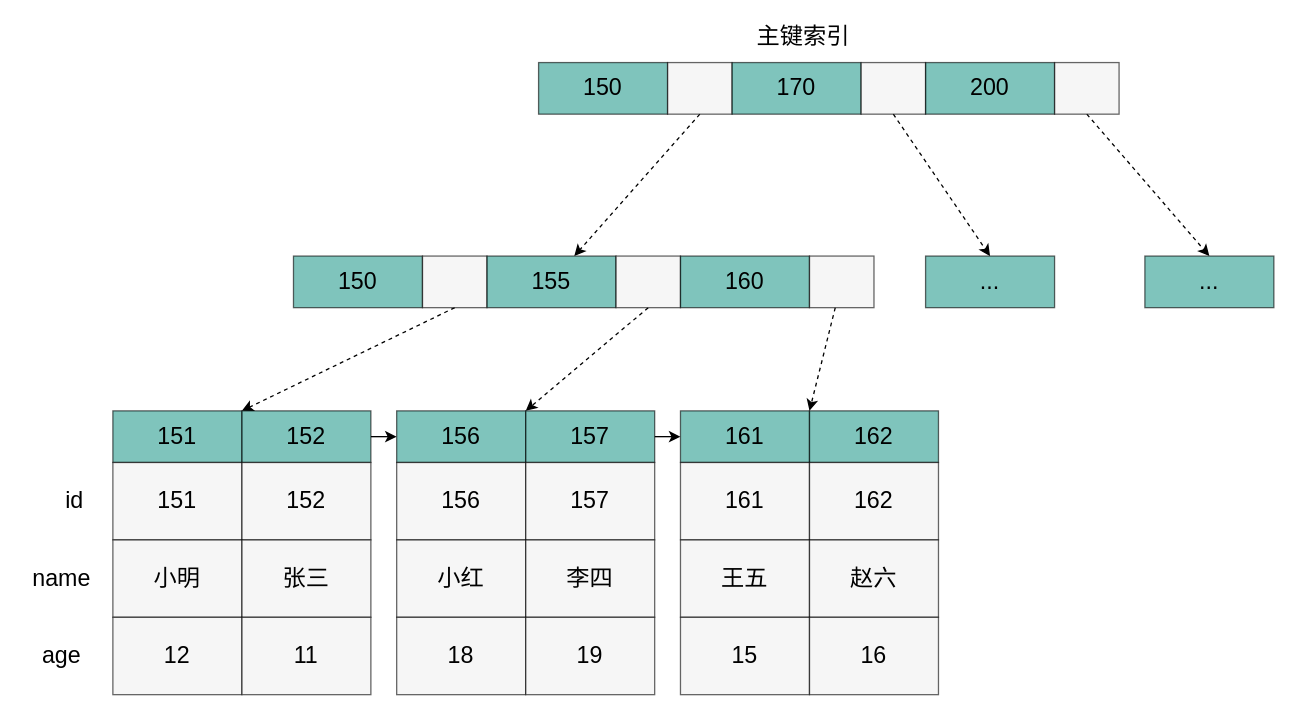
Before: page "mysql-b+tree-clustered-index" (2 of 31) of mysql/mysql.drawio in boilingfrog/Go-POINT, a draw.io diagram. Source tidied: cells renumbered, new cells numbered last; positions are measured from the earlier drawing's top-left corner, leaving out a move shared by most shapes. Both pictures are drawn from the tidied source at 129%, with x=0, y=0 at pixel (22, 23).
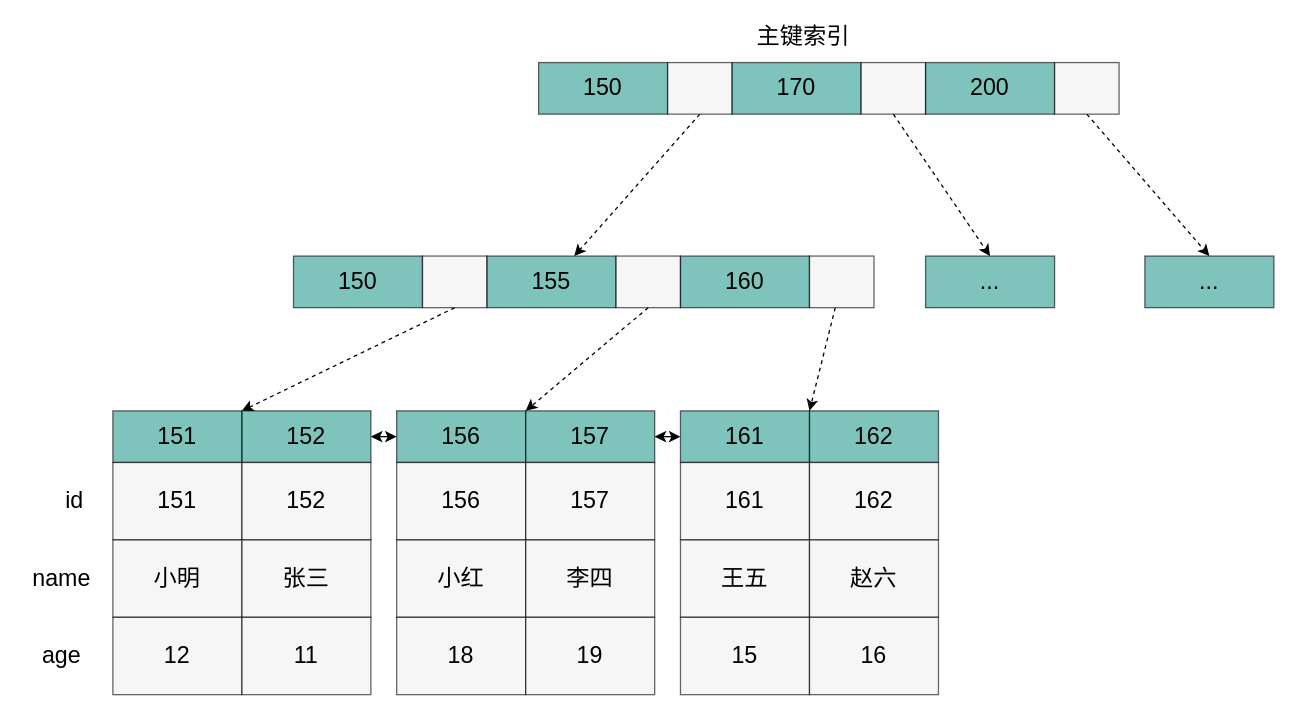
Above is the later version.

The change refers to these unchanged cells:
```xml
<mxCell id="18" value="152" style="rounded=0;whiteSpace=wrap;html=1;fontSize=18;fillColor=#2A9D8F;opacity=60;" parent="1" vertex="1">
  <mxGeometry x="170" y="300" width="100" height="40" as="geometry" />
</mxCell>
<mxCell id="19" value="156" style="rounded=0;whiteSpace=wrap;html=1;fontSize=18;fillColor=#2A9D8F;opacity=60;" parent="1" vertex="1">
  <mxGeometry x="290" y="300" width="100" height="40" as="geometry" />
</mxCell>
<mxCell id="25" value="157" style="rounded=0;whiteSpace=wrap;html=1;fontSize=18;fillColor=#2A9D8F;opacity=60;" parent="1" vertex="1">
  <mxGeometry x="390" y="300" width="100" height="40" as="geometry" />
</mxCell>
<mxCell id="26" value="161" style="rounded=0;whiteSpace=wrap;html=1;fontSize=18;fillColor=#2A9D8F;opacity=60;" parent="1" vertex="1">
  <mxGeometry x="510" y="300" width="100" height="40" as="geometry" />
</mxCell>
```

Diff of the diagram source:
```diff
@@
-    <mxCell id="17" style="edgeStyle=none;html=1;fontSize=18;" parent="1" edge="1" source="18" target="19">
+    <mxCell id="17" style="edgeStyle=none;html=1;fontSize=18;startArrow=classic;startFill=1;" parent="1" edge="1" source="18" target="19">
       <mxGeometry relative="1" as="geometry" />
     </mxCell>
@@
-    <mxCell id="24" style="edgeStyle=none;html=1;entryX=0;entryY=0.5;entryDx=0;entryDy=0;fontSize=18;" parent="1" edge="1" source="25" target="26">
+    <mxCell id="24" style="edgeStyle=none;html=1;entryX=0;entryY=0.5;entryDx=0;entryDy=0;fontSize=18;startArrow=classic;startFill=1;" parent="1" edge="1" source="25" target="26">
       <mxGeometry relative="1" as="geometry" />
     </mxCell>
```
